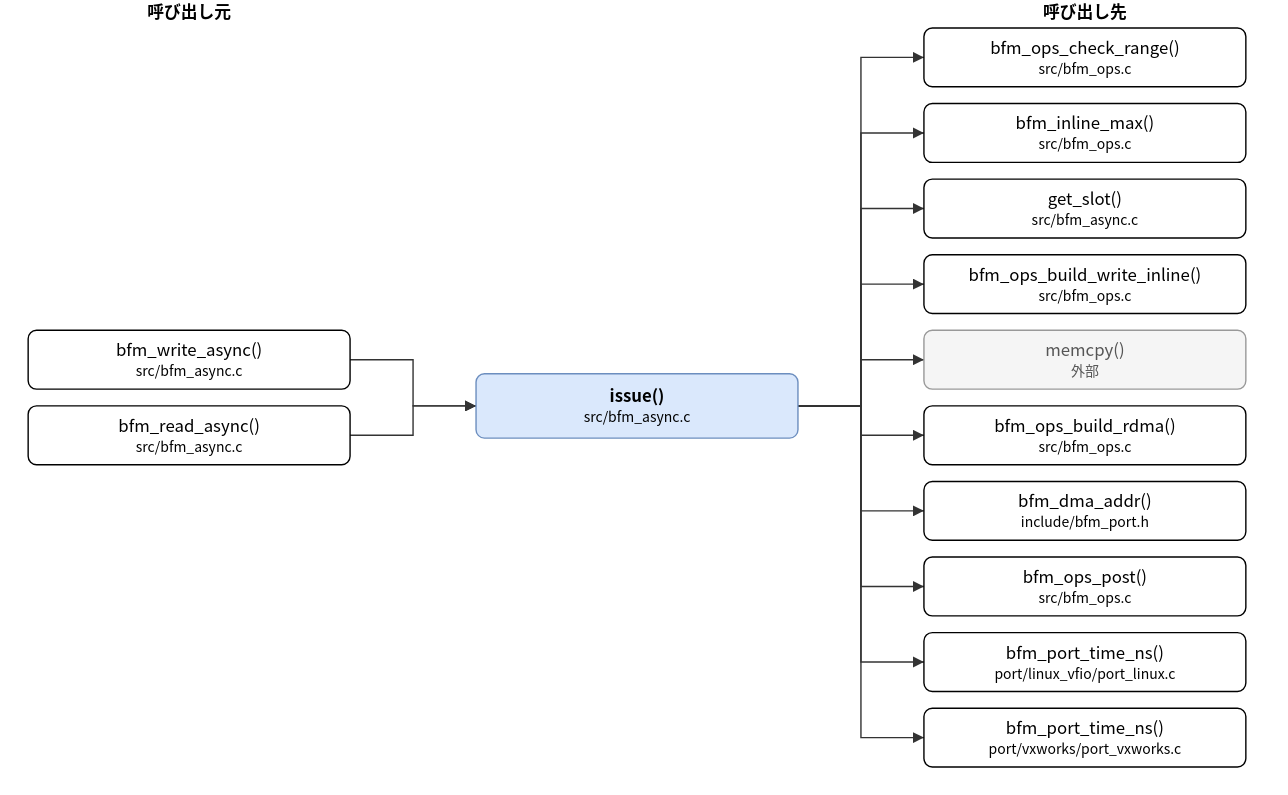
This is doc/spec/images/call_src_bfm_async-issue.drawio.svg from hf355051012-ai/bfmem, a draw.io export, as it was before one commit. Source tidied: cells renumbered, new cells last; positions are measured from the earlier drawing's top-left corner, leaving out a move shared by most shapes. Source of this version:
```xml
<mxGraphModel>
  <root>
    <mxCell id="0" />
    <mxCell id="1" parent="0" />
    <mxCell id="2" value="issue()&lt;br&gt;&lt;font style=&quot;font-size:10px&quot;&gt;src/bfm_async.c&lt;/font&gt;" style="rounded=1;whiteSpace=wrap;html=1;fillColor=#dae8fc;strokeColor=#6c8ebf;fontStyle=1;" parent="1" vertex="1">
      <mxGeometry x="320" y="267" width="230" height="46" as="geometry" />
    </mxCell>
    <mxCell id="3" value="bfm_write_async()&lt;br&gt;&lt;font style=&quot;font-size:10px&quot;&gt;src/bfm_async.c&lt;/font&gt;" style="rounded=1;whiteSpace=wrap;html=1;" parent="1" vertex="1">
      <mxGeometry y="236" width="230" height="42" as="geometry" />
    </mxCell>
    <mxCell id="4" value="bfm_read_async()&lt;br&gt;&lt;font style=&quot;font-size:10px&quot;&gt;src/bfm_async.c&lt;/font&gt;" style="rounded=1;whiteSpace=wrap;html=1;" parent="1" vertex="1">
      <mxGeometry y="290" width="230" height="42" as="geometry" />
    </mxCell>
    <mxCell id="5" value="bfm_ops_check_range()&lt;br&gt;&lt;font style=&quot;font-size:10px&quot;&gt;src/bfm_ops.c&lt;/font&gt;" style="rounded=1;whiteSpace=wrap;html=1;" parent="1" vertex="1">
      <mxGeometry x="640" y="20" width="230" height="42" as="geometry" />
    </mxCell>
    <mxCell id="6" value="bfm_inline_max()&lt;br&gt;&lt;font style=&quot;font-size:10px&quot;&gt;src/bfm_ops.c&lt;/font&gt;" style="rounded=1;whiteSpace=wrap;html=1;" parent="1" vertex="1">
      <mxGeometry x="640" y="74" width="230" height="42" as="geometry" />
    </mxCell>
    <mxCell id="7" value="get_slot()&lt;br&gt;&lt;font style=&quot;font-size:10px&quot;&gt;src/bfm_async.c&lt;/font&gt;" style="rounded=1;whiteSpace=wrap;html=1;" parent="1" vertex="1">
      <mxGeometry x="640" y="128" width="230" height="42" as="geometry" />
    </mxCell>
    <mxCell id="8" value="bfm_ops_build_write_inline()&lt;br&gt;&lt;font style=&quot;font-size:10px&quot;&gt;src/bfm_ops.c&lt;/font&gt;" style="rounded=1;whiteSpace=wrap;html=1;" parent="1" vertex="1">
      <mxGeometry x="640" y="182" width="230" height="42" as="geometry" />
    </mxCell>
    <mxCell id="9" value="memcpy()&lt;br&gt;&lt;font style=&quot;font-size:10px&quot;&gt;外部&lt;/font&gt;" style="rounded=1;whiteSpace=wrap;html=1;fillColor=#f5f5f5;strokeColor=#999999;fontColor=#555555;" parent="1" vertex="1">
      <mxGeometry x="640" y="236" width="230" height="42" as="geometry" />
    </mxCell>
    <mxCell id="10" value="bfm_ops_build_rdma()&lt;br&gt;&lt;font style=&quot;font-size:10px&quot;&gt;src/bfm_ops.c&lt;/font&gt;" style="rounded=1;whiteSpace=wrap;html=1;" parent="1" vertex="1">
      <mxGeometry x="640" y="290" width="230" height="42" as="geometry" />
    </mxCell>
    <mxCell id="11" value="bfm_dma_addr()&lt;br&gt;&lt;font style=&quot;font-size:10px&quot;&gt;include/bfm_port.h&lt;/font&gt;" style="rounded=1;whiteSpace=wrap;html=1;" parent="1" vertex="1">
      <mxGeometry x="640" y="344" width="230" height="42" as="geometry" />
    </mxCell>
    <mxCell id="12" value="bfm_ops_post()&lt;br&gt;&lt;font style=&quot;font-size:10px&quot;&gt;src/bfm_ops.c&lt;/font&gt;" style="rounded=1;whiteSpace=wrap;html=1;" parent="1" vertex="1">
      <mxGeometry x="640" y="398" width="230" height="42" as="geometry" />
    </mxCell>
    <mxCell id="13" value="bfm_port_time_ns()&lt;br&gt;&lt;font style=&quot;font-size:10px&quot;&gt;port/linux_vfio/port_linux.c&lt;/font&gt;" style="rounded=1;whiteSpace=wrap;html=1;" parent="1" vertex="1">
      <mxGeometry x="640" y="452" width="230" height="42" as="geometry" />
    </mxCell>
    <mxCell id="14" value="bfm_port_time_ns()&lt;br&gt;&lt;font style=&quot;font-size:10px&quot;&gt;port/vxworks/port_vxworks.c&lt;/font&gt;" style="rounded=1;whiteSpace=wrap;html=1;" parent="1" vertex="1">
      <mxGeometry x="640" y="506" width="230" height="42" as="geometry" />
    </mxCell>
    <mxCell id="15" style="edgeStyle=none;html=1;rounded=0;endArrow=block;endFill=1;exitX=1.0000;exitY=0.5000;exitDx=0;exitDy=0;exitPerimeter=0;entryX=0.0000;entryY=0.5000;entryDx=0;entryDy=0;entryPerimeter=0;" parent="1" edge="1" source="3" target="2">
      <mxGeometry relative="1" as="geometry">
        <Array as="points">
          <mxPoint x="275" y="257" />
          <mxPoint x="275" y="290" />
        </Array>
      </mxGeometry>
    </mxCell>
    <mxCell id="16" style="edgeStyle=none;html=1;rounded=0;endArrow=block;endFill=1;exitX=1.0000;exitY=0.5000;exitDx=0;exitDy=0;exitPerimeter=0;entryX=0.0000;entryY=0.5000;entryDx=0;entryDy=0;entryPerimeter=0;" parent="1" edge="1" source="4" target="2">
      <mxGeometry relative="1" as="geometry">
        <Array as="points">
          <mxPoint x="275" y="311" />
          <mxPoint x="275" y="290" />
        </Array>
      </mxGeometry>
    </mxCell>
    <mxCell id="17" style="edgeStyle=none;html=1;rounded=0;endArrow=block;endFill=1;exitX=1.0000;exitY=0.5000;exitDx=0;exitDy=0;exitPerimeter=0;entryX=0.0000;entryY=0.5000;entryDx=0;entryDy=0;entryPerimeter=0;" parent="1" edge="1" source="2" target="5">
      <mxGeometry relative="1" as="geometry">
        <Array as="points">
          <mxPoint x="595" y="290" />
          <mxPoint x="595" y="41" />
        </Array>
      </mxGeometry>
    </mxCell>
    <mxCell id="18" style="edgeStyle=none;html=1;rounded=0;endArrow=block;endFill=1;exitX=1.0000;exitY=0.5000;exitDx=0;exitDy=0;exitPerimeter=0;entryX=0.0000;entryY=0.5000;entryDx=0;entryDy=0;entryPerimeter=0;" parent="1" edge="1" source="2" target="6">
      <mxGeometry relative="1" as="geometry">
        <Array as="points">
          <mxPoint x="595" y="290" />
          <mxPoint x="595" y="95" />
        </Array>
      </mxGeometry>
    </mxCell>
    <mxCell id="19" style="edgeStyle=none;html=1;rounded=0;endArrow=block;endFill=1;exitX=1.0000;exitY=0.5000;exitDx=0;exitDy=0;exitPerimeter=0;entryX=0.0000;entryY=0.5000;entryDx=0;entryDy=0;entryPerimeter=0;" parent="1" edge="1" source="2" target="7">
      <mxGeometry relative="1" as="geometry">
        <Array as="points">
          <mxPoint x="595" y="290" />
          <mxPoint x="595" y="149" />
        </Array>
      </mxGeometry>
    </mxCell>
    <mxCell id="20" style="edgeStyle=none;html=1;rounded=0;endArrow=block;endFill=1;exitX=1.0000;exitY=0.5000;exitDx=0;exitDy=0;exitPerimeter=0;entryX=0.0000;entryY=0.5000;entryDx=0;entryDy=0;entryPerimeter=0;" parent="1" edge="1" source="2" target="8">
      <mxGeometry relative="1" as="geometry">
        <Array as="points">
          <mxPoint x="595" y="290" />
          <mxPoint x="595" y="203" />
        </Array>
      </mxGeometry>
    </mxCell>
    <mxCell id="21" style="edgeStyle=none;html=1;rounded=0;endArrow=block;endFill=1;exitX=1.0000;exitY=0.5000;exitDx=0;exitDy=0;exitPerimeter=0;entryX=0.0000;entryY=0.5000;entryDx=0;entryDy=0;entryPerimeter=0;" parent="1" edge="1" source="2" target="9">
      <mxGeometry relative="1" as="geometry">
        <Array as="points">
          <mxPoint x="595" y="290" />
          <mxPoint x="595" y="257" />
        </Array>
      </mxGeometry>
    </mxCell>
    <mxCell id="22" style="edgeStyle=none;html=1;rounded=0;endArrow=block;endFill=1;exitX=1.0000;exitY=0.5000;exitDx=0;exitDy=0;exitPerimeter=0;entryX=0.0000;entryY=0.5000;entryDx=0;entryDy=0;entryPerimeter=0;" parent="1" edge="1" source="2" target="10">
      <mxGeometry relative="1" as="geometry">
        <Array as="points">
          <mxPoint x="595" y="290" />
          <mxPoint x="595" y="311" />
        </Array>
      </mxGeometry>
    </mxCell>
    <mxCell id="23" style="edgeStyle=none;html=1;rounded=0;endArrow=block;endFill=1;exitX=1.0000;exitY=0.5000;exitDx=0;exitDy=0;exitPerimeter=0;entryX=0.0000;entryY=0.5000;entryDx=0;entryDy=0;entryPerimeter=0;" parent="1" edge="1" source="2" target="11">
      <mxGeometry relative="1" as="geometry">
        <Array as="points">
          <mxPoint x="595" y="290" />
          <mxPoint x="595" y="365" />
        </Array>
      </mxGeometry>
    </mxCell>
    <mxCell id="24" style="edgeStyle=none;html=1;rounded=0;endArrow=block;endFill=1;exitX=1.0000;exitY=0.5000;exitDx=0;exitDy=0;exitPerimeter=0;entryX=0.0000;entryY=0.5000;entryDx=0;entryDy=0;entryPerimeter=0;" parent="1" edge="1" source="2" target="12">
      <mxGeometry relative="1" as="geometry">
        <Array as="points">
          <mxPoint x="595" y="290" />
          <mxPoint x="595" y="419" />
        </Array>
      </mxGeometry>
    </mxCell>
    <mxCell id="25" style="edgeStyle=none;html=1;rounded=0;endArrow=block;endFill=1;exitX=1.0000;exitY=0.5000;exitDx=0;exitDy=0;exitPerimeter=0;entryX=0.0000;entryY=0.5000;entryDx=0;entryDy=0;entryPerimeter=0;" parent="1" edge="1" source="2" target="13">
      <mxGeometry relative="1" as="geometry">
        <Array as="points">
          <mxPoint x="595" y="290" />
          <mxPoint x="595" y="473" />
        </Array>
      </mxGeometry>
    </mxCell>
    <mxCell id="26" style="edgeStyle=none;html=1;rounded=0;endArrow=block;endFill=1;exitX=1.0000;exitY=0.5000;exitDx=0;exitDy=0;exitPerimeter=0;entryX=0.0000;entryY=0.5000;entryDx=0;entryDy=0;entryPerimeter=0;" parent="1" edge="1" source="2" target="14">
      <mxGeometry relative="1" as="geometry">
        <Array as="points">
          <mxPoint x="595" y="290" />
          <mxPoint x="595" y="527" />
        </Array>
      </mxGeometry>
    </mxCell>
    <mxCell id="27" value="呼び出し元" style="text;html=1;align=center;fontStyle=1;" parent="1" vertex="1">
      <mxGeometry x="35" width="160" height="18" as="geometry" />
    </mxCell>
    <mxCell id="28" value="呼び出し先" style="text;html=1;align=center;fontStyle=1;" parent="1" vertex="1">
      <mxGeometry x="675" width="160" height="18" as="geometry" />
    </mxCell>
  </root>
</mxGraphModel>
```
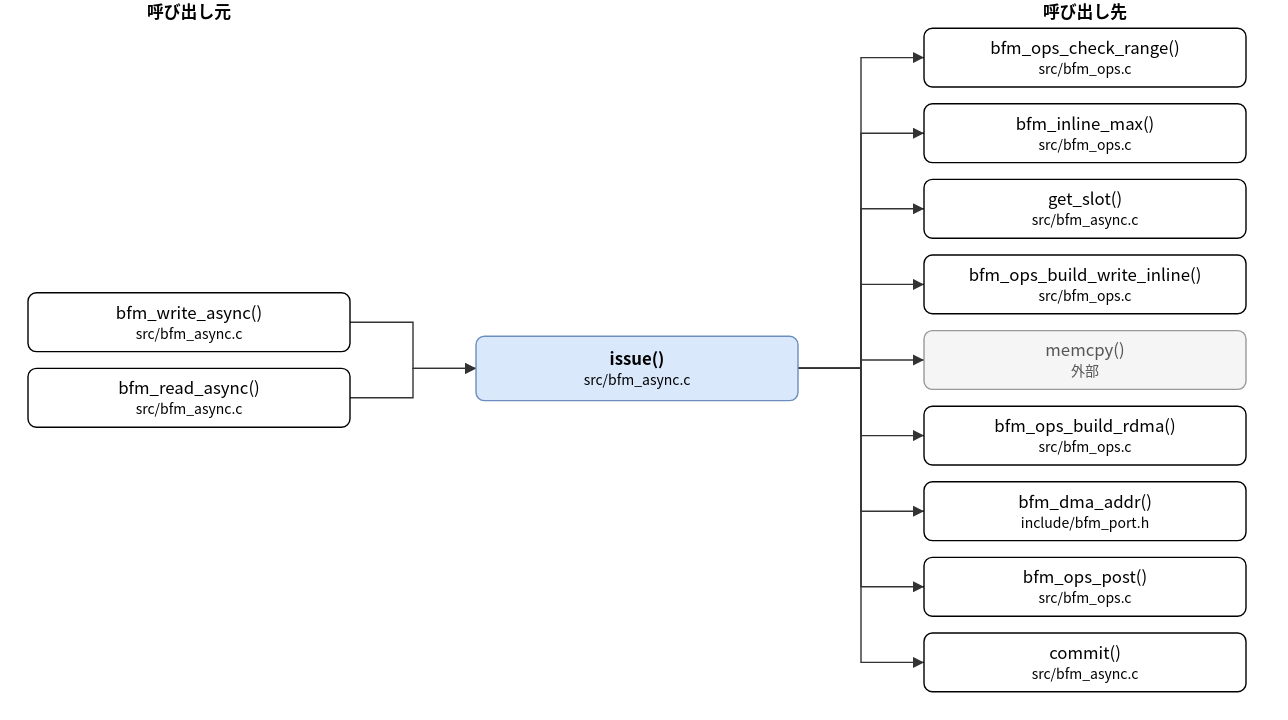
The same diagram one commit later.

What changed in the source:
```diff
@@ -3,13 +3,13 @@
     <mxCell id="0" />
     <mxCell id="1" parent="0" />
     <mxCell id="2" value="issue()&lt;br&gt;&lt;font style=&quot;font-size:10px&quot;&gt;src/bfm_async.c&lt;/font&gt;" style="rounded=1;whiteSpace=wrap;html=1;fillColor=#dae8fc;strokeColor=#6c8ebf;fontStyle=1;" parent="1" vertex="1">
-      <mxGeometry x="320" y="267" width="230" height="46" as="geometry" />
+      <mxGeometry x="320" y="240" width="230" height="46" as="geometry" />
     </mxCell>
     <mxCell id="3" value="bfm_write_async()&lt;br&gt;&lt;font style=&quot;font-size:10px&quot;&gt;src/bfm_async.c&lt;/font&gt;" style="rounded=1;whiteSpace=wrap;html=1;" parent="1" vertex="1">
-      <mxGeometry y="236" width="230" height="42" as="geometry" />
+      <mxGeometry y="209" width="230" height="42" as="geometry" />
     </mxCell>
     <mxCell id="4" value="bfm_read_async()&lt;br&gt;&lt;font style=&quot;font-size:10px&quot;&gt;src/bfm_async.c&lt;/font&gt;" style="rounded=1;whiteSpace=wrap;html=1;" parent="1" vertex="1">
-      <mxGeometry y="290" width="230" height="42" as="geometry" />
+      <mxGeometry y="263" width="230" height="42" as="geometry" />
     </mxCell>
     <mxCell id="5" value="bfm_ops_check_range()&lt;br&gt;&lt;font style=&quot;font-size:10px&quot;&gt;src/bfm_ops.c&lt;/font&gt;" style="rounded=1;whiteSpace=wrap;html=1;" parent="1" vertex="1">
       <mxGeometry x="640" y="20" width="230" height="42" as="geometry" />
@@ -35,32 +35,29 @@
     <mxCell id="12" value="bfm_ops_post()&lt;br&gt;&lt;font style=&quot;font-size:10px&quot;&gt;src/bfm_ops.c&lt;/font&gt;" style="rounded=1;whiteSpace=wrap;html=1;" parent="1" vertex="1">
       <mxGeometry x="640" y="398" width="230" height="42" as="geometry" />
     </mxCell>
-    <mxCell id="13" value="bfm_port_time_ns()&lt;br&gt;&lt;font style=&quot;font-size:10px&quot;&gt;port/linux_vfio/port_linux.c&lt;/font&gt;" style="rounded=1;whiteSpace=wrap;html=1;" parent="1" vertex="1">
+    <mxCell id="13" value="commit()&lt;br&gt;&lt;font style=&quot;font-size:10px&quot;&gt;src/bfm_async.c&lt;/font&gt;" style="rounded=1;whiteSpace=wrap;html=1;" parent="1" vertex="1">
       <mxGeometry x="640" y="452" width="230" height="42" as="geometry" />
     </mxCell>
-    <mxCell id="14" value="bfm_port_time_ns()&lt;br&gt;&lt;font style=&quot;font-size:10px&quot;&gt;port/vxworks/port_vxworks.c&lt;/font&gt;" style="rounded=1;whiteSpace=wrap;html=1;" parent="1" vertex="1">
-      <mxGeometry x="640" y="506" width="230" height="42" as="geometry" />
-    </mxCell>
     <mxCell id="15" style="edgeStyle=none;html=1;rounded=0;endArrow=block;endFill=1;exitX=1.0000;exitY=0.5000;exitDx=0;exitDy=0;exitPerimeter=0;entryX=0.0000;entryY=0.5000;entryDx=0;entryDy=0;entryPerimeter=0;" parent="1" edge="1" source="3" target="2">
       <mxGeometry relative="1" as="geometry">
         <Array as="points">
-          <mxPoint x="275" y="257" />
-          <mxPoint x="275" y="290" />
+          <mxPoint x="275" y="230" />
+          <mxPoint x="275" y="263" />
         </Array>
       </mxGeometry>
     </mxCell>
     <mxCell id="16" style="edgeStyle=none;html=1;rounded=0;endArrow=block;endFill=1;exitX=1.0000;exitY=0.5000;exitDx=0;exitDy=0;exitPerimeter=0;entryX=0.0000;entryY=0.5000;entryDx=0;entryDy=0;entryPerimeter=0;" parent="1" edge="1" source="4" target="2">
       <mxGeometry relative="1" as="geometry">
         <Array as="points">
-          <mxPoint x="275" y="311" />
-          <mxPoint x="275" y="290" />
+          <mxPoint x="275" y="284" />
+          <mxPoint x="275" y="263" />
         </Array>
       </mxGeometry>
     </mxCell>
     <mxCell id="17" style="edgeStyle=none;html=1;rounded=0;endArrow=block;endFill=1;exitX=1.0000;exitY=0.5000;exitDx=0;exitDy=0;exitPerimeter=0;entryX=0.0000;entryY=0.5000;entryDx=0;entryDy=0;entryPerimeter=0;" parent="1" edge="1" source="2" target="5">
       <mxGeometry relative="1" as="geometry">
         <Array as="points">
-          <mxPoint x="595" y="290" />
+          <mxPoint x="595" y="263" />
           <mxPoint x="595" y="41" />
         </Array>
       </mxGeometry>
@@ -68,7 +65,7 @@
     <mxCell id="18" style="edgeStyle=none;html=1;rounded=0;endArrow=block;endFill=1;exitX=1.0000;exitY=0.5000;exitDx=0;exitDy=0;exitPerimeter=0;entryX=0.0000;entryY=0.5000;entryDx=0;entryDy=0;entryPerimeter=0;" parent="1" edge="1" source="2" target="6">
       <mxGeometry relative="1" as="geometry">
         <Array as="points">
-          <mxPoint x="595" y="290" />
+          <mxPoint x="595" y="263" />
           <mxPoint x="595" y="95" />
         </Array>
       </mxGeometry>
@@ -76,7 +73,7 @@
     <mxCell id="19" style="edgeStyle=none;html=1;rounded=0;endArrow=block;endFill=1;exitX=1.0000;exitY=0.5000;exitDx=0;exitDy=0;exitPerimeter=0;entryX=0.0000;entryY=0.5000;entryDx=0;entryDy=0;entryPerimeter=0;" parent="1" edge="1" source="2" target="7">
       <mxGeometry relative="1" as="geometry">
         <Array as="points">
-          <mxPoint x="595" y="290" />
+          <mxPoint x="595" y="263" />
           <mxPoint x="595" y="149" />
         </Array>
       </mxGeometry>
@@ -84,7 +81,7 @@
     <mxCell id="20" style="edgeStyle=none;html=1;rounded=0;endArrow=block;endFill=1;exitX=1.0000;exitY=0.5000;exitDx=0;exitDy=0;exitPerimeter=0;entryX=0.0000;entryY=0.5000;entryDx=0;entryDy=0;entryPerimeter=0;" parent="1" edge="1" source="2" target="8">
       <mxGeometry relative="1" as="geometry">
         <Array as="points">
-          <mxPoint x="595" y="290" />
+          <mxPoint x="595" y="263" />
           <mxPoint x="595" y="203" />
         </Array>
       </mxGeometry>
@@ -92,7 +89,7 @@
     <mxCell id="21" style="edgeStyle=none;html=1;rounded=0;endArrow=block;endFill=1;exitX=1.0000;exitY=0.5000;exitDx=0;exitDy=0;exitPerimeter=0;entryX=0.0000;entryY=0.5000;entryDx=0;entryDy=0;entryPerimeter=0;" parent="1" edge="1" source="2" target="9">
       <mxGeometry relative="1" as="geometry">
         <Array as="points">
-          <mxPoint x="595" y="290" />
+          <mxPoint x="595" y="263" />
           <mxPoint x="595" y="257" />
         </Array>
       </mxGeometry>
@@ -100,7 +97,7 @@
     <mxCell id="22" style="edgeStyle=none;html=1;rounded=0;endArrow=block;endFill=1;exitX=1.0000;exitY=0.5000;exitDx=0;exitDy=0;exitPerimeter=0;entryX=0.0000;entryY=0.5000;entryDx=0;entryDy=0;entryPerimeter=0;" parent="1" edge="1" source="2" target="10">
       <mxGeometry relative="1" as="geometry">
         <Array as="points">
-          <mxPoint x="595" y="290" />
+          <mxPoint x="595" y="263" />
           <mxPoint x="595" y="311" />
         </Array>
       </mxGeometry>
@@ -108,7 +105,7 @@
     <mxCell id="23" style="edgeStyle=none;html=1;rounded=0;endArrow=block;endFill=1;exitX=1.0000;exitY=0.5000;exitDx=0;exitDy=0;exitPerimeter=0;entryX=0.0000;entryY=0.5000;entryDx=0;entryDy=0;entryPerimeter=0;" parent="1" edge="1" source="2" target="11">
       <mxGeometry relative="1" as="geometry">
         <Array as="points">
-          <mxPoint x="595" y="290" />
+          <mxPoint x="595" y="263" />
           <mxPoint x="595" y="365" />
         </Array>
       </mxGeometry>
@@ -116,7 +113,7 @@
     <mxCell id="24" style="edgeStyle=none;html=1;rounded=0;endArrow=block;endFill=1;exitX=1.0000;exitY=0.5000;exitDx=0;exitDy=0;exitPerimeter=0;entryX=0.0000;entryY=0.5000;entryDx=0;entryDy=0;entryPerimeter=0;" parent="1" edge="1" source="2" target="12">
       <mxGeometry relative="1" as="geometry">
         <Array as="points">
-          <mxPoint x="595" y="290" />
+          <mxPoint x="595" y="263" />
           <mxPoint x="595" y="419" />
         </Array>
       </mxGeometry>
@@ -124,19 +121,11 @@
     <mxCell id="25" style="edgeStyle=none;html=1;rounded=0;endArrow=block;endFill=1;exitX=1.0000;exitY=0.5000;exitDx=0;exitDy=0;exitPerimeter=0;entryX=0.0000;entryY=0.5000;entryDx=0;entryDy=0;entryPerimeter=0;" parent="1" edge="1" source="2" target="13">
       <mxGeometry relative="1" as="geometry">
         <Array as="points">
-          <mxPoint x="595" y="290" />
+          <mxPoint x="595" y="263" />
           <mxPoint x="595" y="473" />
         </Array>
       </mxGeometry>
     </mxCell>
-    <mxCell id="26" style="edgeStyle=none;html=1;rounded=0;endArrow=block;endFill=1;exitX=1.0000;exitY=0.5000;exitDx=0;exitDy=0;exitPerimeter=0;entryX=0.0000;entryY=0.5000;entryDx=0;entryDy=0;entryPerimeter=0;" parent="1" edge="1" source="2" target="14">
-      <mxGeometry relative="1" as="geometry">
-        <Array as="points">
-          <mxPoint x="595" y="290" />
-          <mxPoint x="595" y="527" />
-        </Array>
-      </mxGeometry>
-    </mxCell>
     <mxCell id="27" value="呼び出し元" style="text;html=1;align=center;fontStyle=1;" parent="1" vertex="1">
       <mxGeometry x="35" width="160" height="18" as="geometry" />
     </mxCell>
```
